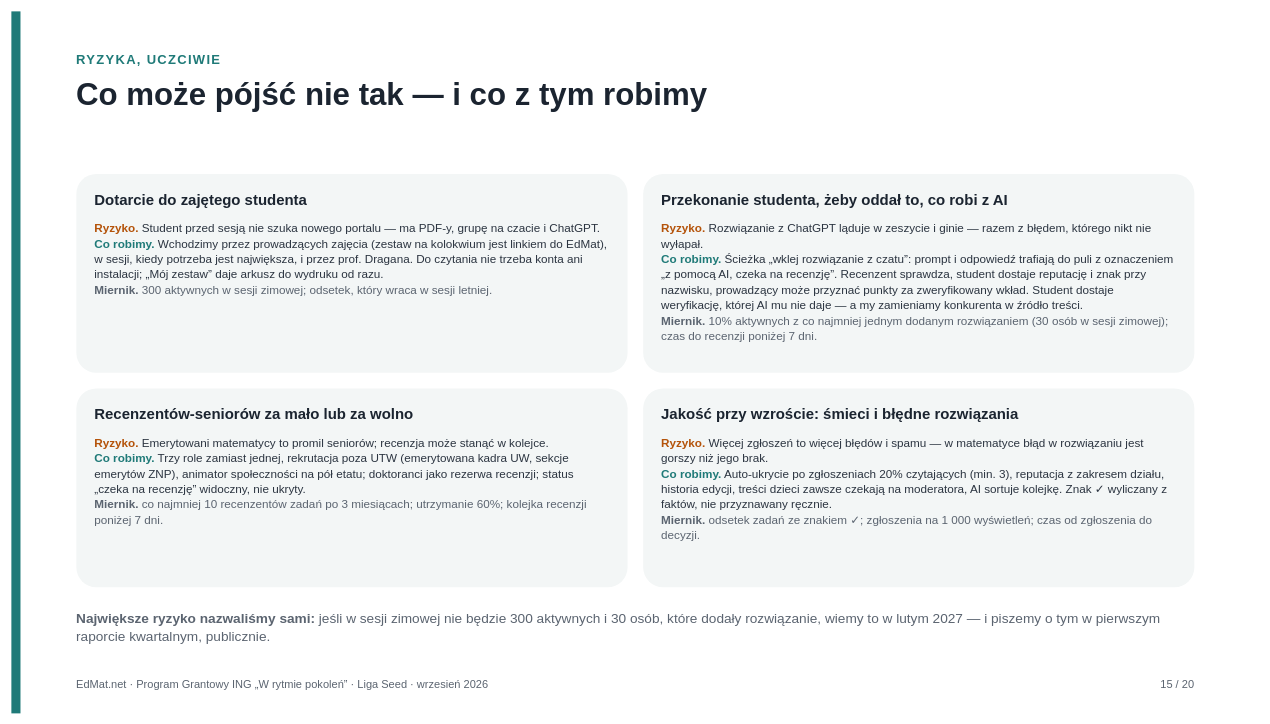
This is page "Ryzyka" (15 of 20) of grant/ING-2026/EdMat-ING-2026.drawio from tryingtodosth/edmat, a draw.io file, before an edit. Source tidied: cells renumbered, new cells numbered last; positions are measured from the earlier drawing's top-left corner, leaving out a move shared by most shapes. Both pictures are drawn from the tidied source at 65%, with x=0, y=0 at pixel (11, 11).
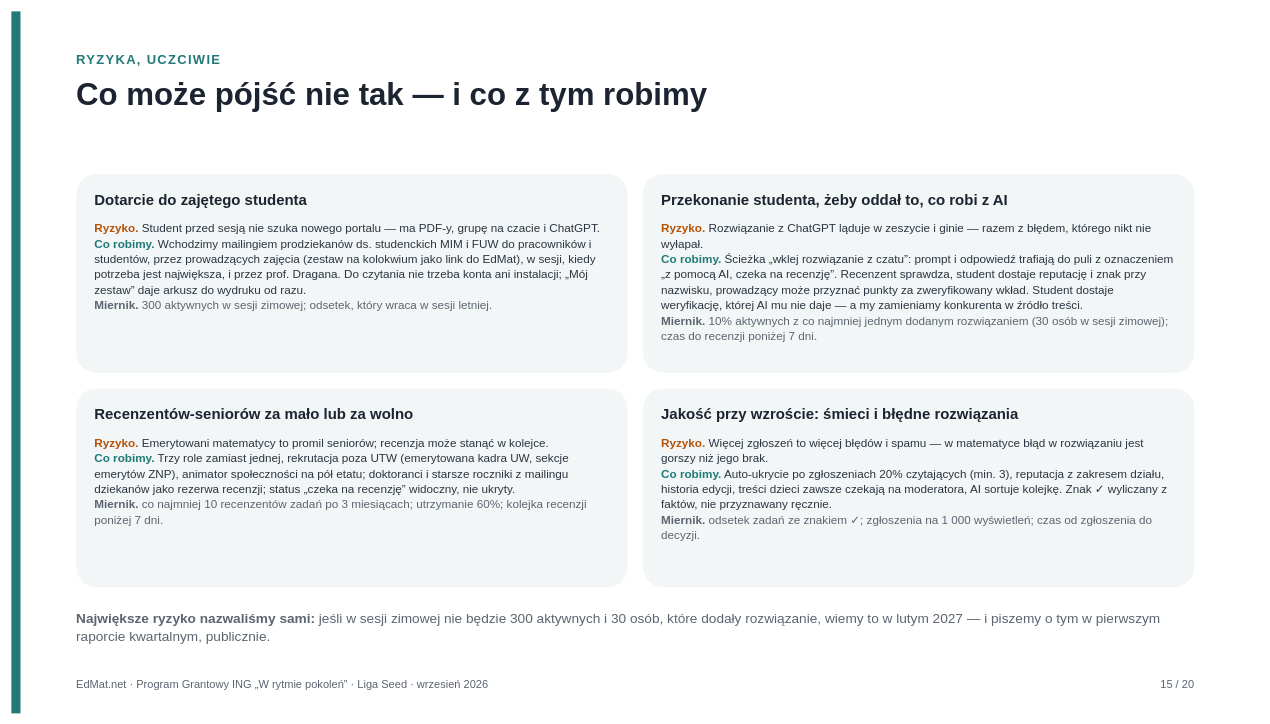
Above is the later version.

What changed in the source:
```diff
@@
-    <mxCell id="8" value="&lt;div style=&quot;line-height:1.32&quot;&gt;&lt;span style=&quot;color:#B4530A&quot;&gt;&lt;b&gt;Ryzyko.&lt;/b&gt;&lt;/span&gt; Student przed sesją nie szuka nowego portalu — ma PDF-y, grupę na czacie i ChatGPT.&lt;br&gt;&lt;span style=&quot;color:#1F7A78&quot;&gt;&lt;b&gt;Co robimy.&lt;/b&gt;&lt;/span&gt; Wchodzimy przez prowadzących zajęcia (zestaw na kolokwium jest linkiem do EdMat), w sesji, kiedy potrzeba jest największa, i przez prof. Dragana. Do czytania nie trzeba konta ani instalacji; „Mój zestaw” daje arkusz do wydruku od razu.&lt;br&gt;&lt;span style=&quot;color:#5B6470&quot;&gt;&lt;b&gt;Miernik.&lt;/b&gt; 300 aktywnych w sesji zimowej; odsetek, który wraca w sesji letniej.&lt;/span&gt;&lt;/div&gt;" style="text;html=1;strokeColor=none;fillColor=none;align=left;verticalAlign=top;whiteSpace=wrap;overflow=visible;fontFamily=Helvetica;fontSize=18;fontColor=#2B3440;fontStyle=0;spacing=0;spacingTop=0;spacingLeft=0;spacingRight=0;spacingBottom=0;" parent="1" vertex="1">
+    <mxCell id="8" value="&lt;div style=&quot;line-height:1.32&quot;&gt;&lt;span style=&quot;color:#B4530A&quot;&gt;&lt;b&gt;Ryzyko.&lt;/b&gt;&lt;/span&gt; Student przed sesją nie szuka nowego portalu — ma PDF-y, grupę na czacie i ChatGPT.&lt;br&gt;&lt;span style=&quot;color:#1F7A78&quot;&gt;&lt;b&gt;Co robimy.&lt;/b&gt;&lt;/span&gt; Wchodzimy mailingiem prodziekanów ds. studenckich MIM i FUW do pracowników i studentów, przez prowadzących zajęcia (zestaw na kolokwium jako link do EdMat), w sesji, kiedy potrzeba jest największa, i przez prof. Dragana. Do czytania nie trzeba konta ani instalacji; „Mój zestaw” daje arkusz do wydruku od razu.&lt;br&gt;&lt;span style=&quot;color:#5B6470&quot;&gt;&lt;b&gt;Miernik.&lt;/b&gt; 300 aktywnych w sesji zimowej; odsetek, który wraca w sesji letniej.&lt;/span&gt;&lt;/div&gt;" style="text;html=1;strokeColor=none;fillColor=none;align=left;verticalAlign=top;whiteSpace=wrap;overflow=visible;fontFamily=Helvetica;fontSize=18;fontColor=#2B3440;fontStyle=0;spacing=0;spacingTop=0;spacingLeft=0;spacingRight=0;spacingBottom=0;" parent="1" vertex="1">
       <mxGeometry x="128" y="318" width="792" height="230" as="geometry" />
     </mxCell>
@@
-    <mxCell id="14" value="&lt;div style=&quot;line-height:1.32&quot;&gt;&lt;span style=&quot;color:#B4530A&quot;&gt;&lt;b&gt;Ryzyko.&lt;/b&gt;&lt;/span&gt; Emerytowani matematycy to promil seniorów; recenzja może stanąć w kolejce.&lt;br&gt;&lt;span style=&quot;color:#1F7A78&quot;&gt;&lt;b&gt;Co robimy.&lt;/b&gt;&lt;/span&gt; Trzy role zamiast jednej, rekrutacja poza UTW (emerytowana kadra UW, sekcje emerytów ZNP), animator społeczności na pół etatu; doktoranci jako rezerwa recenzji; status „czeka na recenzję” widoczny, nie ukryty.&lt;br&gt;&lt;span style=&quot;color:#5B6470&quot;&gt;&lt;b&gt;Miernik.&lt;/b&gt; co najmniej 10 recenzentów zadań po 3 miesiącach; utrzymanie 60%; kolejka recenzji poniżej 7 dni.&lt;/span&gt;&lt;/div&gt;" style="text;html=1;strokeColor=none;fillColor=none;align=left;verticalAlign=top;whiteSpace=wrap;overflow=visible;fontFamily=Helvetica;fontSize=18;fontColor=#2B3440;fontStyle=0;spacing=0;spacingTop=0;spacingLeft=0;spacingRight=0;spacingBottom=0;" parent="1" vertex="1">
+    <mxCell id="14" value="&lt;div style=&quot;line-height:1.32&quot;&gt;&lt;span style=&quot;color:#B4530A&quot;&gt;&lt;b&gt;Ryzyko.&lt;/b&gt;&lt;/span&gt; Emerytowani matematycy to promil seniorów; recenzja może stanąć w kolejce.&lt;br&gt;&lt;span style=&quot;color:#1F7A78&quot;&gt;&lt;b&gt;Co robimy.&lt;/b&gt;&lt;/span&gt; Trzy role zamiast jednej, rekrutacja poza UTW (emerytowana kadra UW, sekcje emerytów ZNP), animator społeczności na pół etatu; doktoranci i starsze roczniki z mailingu dziekanów jako rezerwa recenzji; status „czeka na recenzję” widoczny, nie ukryty.&lt;br&gt;&lt;span style=&quot;color:#5B6470&quot;&gt;&lt;b&gt;Miernik.&lt;/b&gt; co najmniej 10 recenzentów zadań po 3 miesiącach; utrzymanie 60%; kolejka recenzji poniżej 7 dni.&lt;/span&gt;&lt;/div&gt;" style="text;html=1;strokeColor=none;fillColor=none;align=left;verticalAlign=top;whiteSpace=wrap;overflow=visible;fontFamily=Helvetica;fontSize=18;fontColor=#2B3440;fontStyle=0;spacing=0;spacingTop=0;spacingLeft=0;spacingRight=0;spacingBottom=0;" parent="1" vertex="1">
       <mxGeometry x="128" y="648" width="792" height="230" as="geometry" />
     </mxCell>
```
